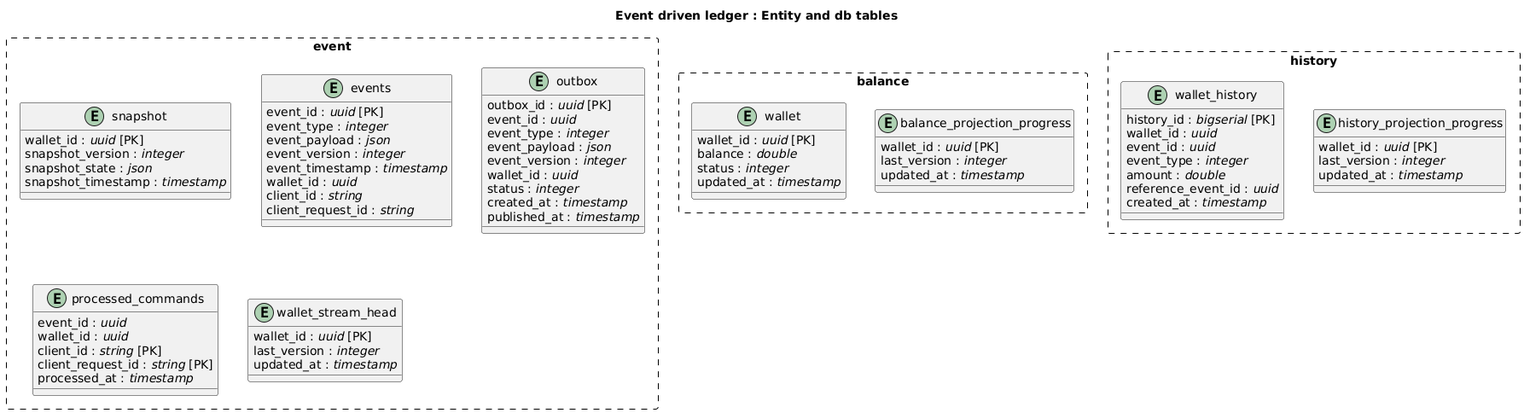
Above: software-docs/entity model/er_system.png in raj-mistry-01/Event-Driven-Ledger (PlantUML), before the change.
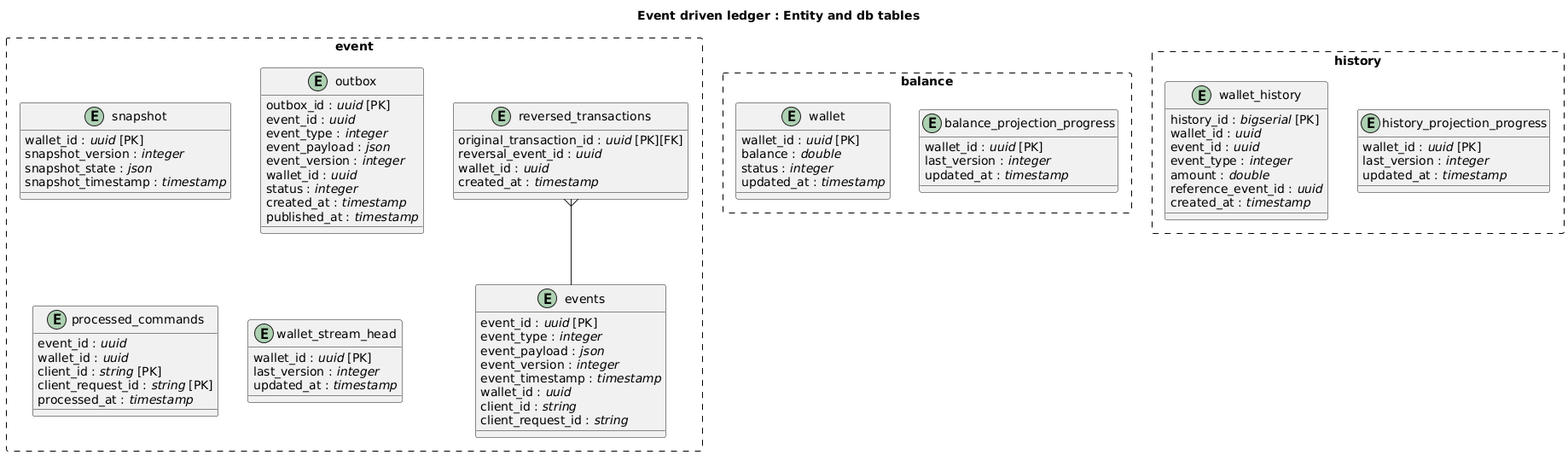
The same file after the commit.

The edit, as a diff of the source:
```diff
@@ -5,7 +5,7 @@
 title "Event driven ledger : Entity and db tables"
 
 package event #line.dashed{
-entity snapshot {
+entity snapshot{
   wallet_id : //uuid// [PK]
   snapshot_version : //integer//
   snapshot_state : //json//
@@ -43,13 +43,23 @@
   processed_at : //timestamp//
 }
 
+entity reversed_transactions{
+    original_transaction_id : //uuid// [PK][FK]
+    reversal_event_id : //uuid//
+    wallet_id : //uuid//
+    created_at : //timestamp//
+}
+
 entity wallet_stream_head {
   wallet_id : //uuid// [PK]
   last_version : //integer//
   updated_at : //timestamp//
 }
 
+reversed_transactions }-- events
+
 }
+
 
 
 package balance #line.dashed{
```
